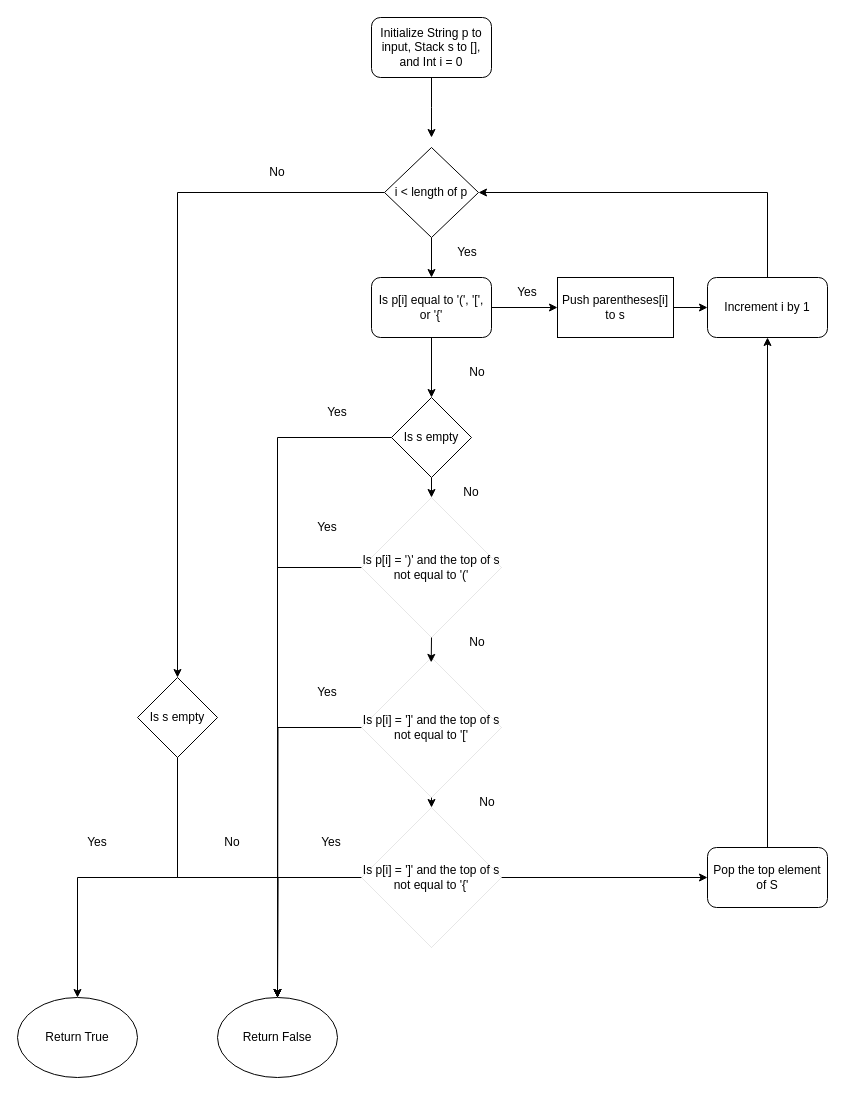
Earlier version of the draw.io diagram ValidParentheses.drawio (kenglordpanda/CS797_FlowCharts). Source tidied: cells renumbered, new cells numbered last; positions are measured from the earlier drawing's top-left corner, leaving out a move shared by most shapes. Both pictures are drawn from the tidied source at 100%, with x=0, y=0 at pixel (17, 17).
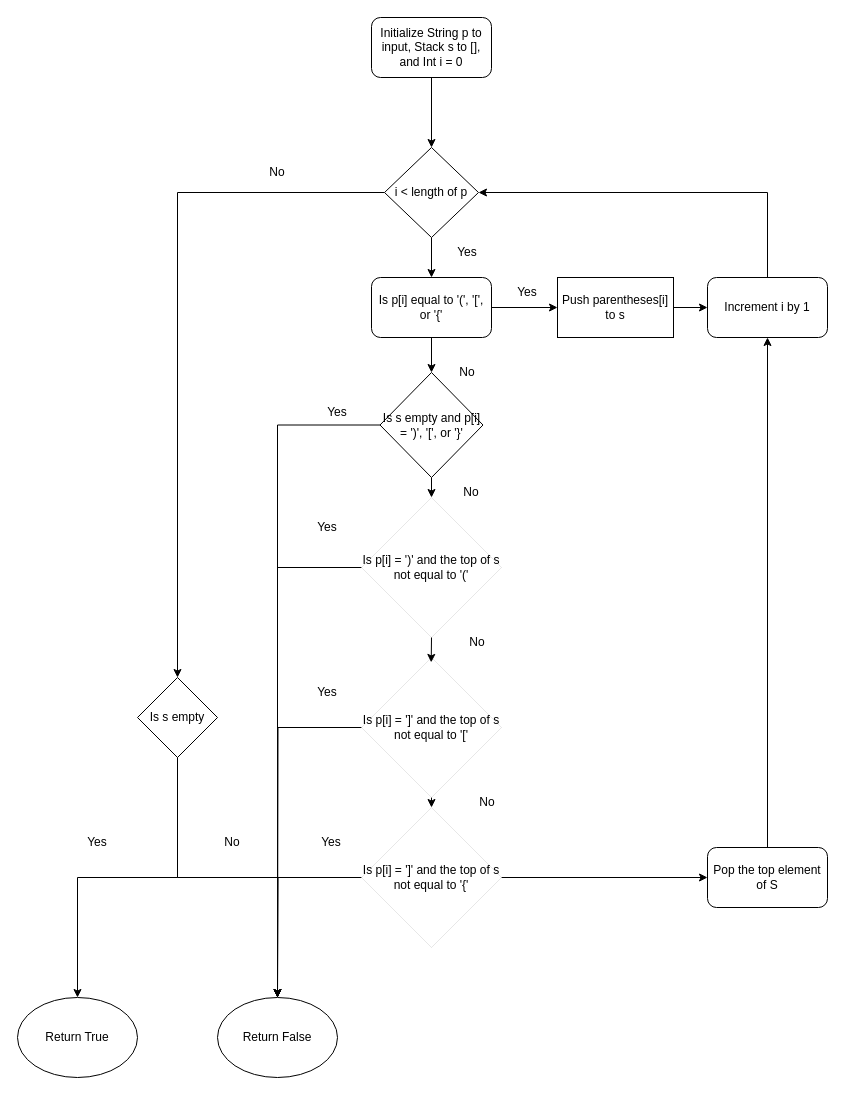
Above is the later version.

Unchanged cells that the change refers to:
```xml
<mxCell id="3" value="Initialize String p to input, Stack s to [], and Int i = 0" style="rounded=1;whiteSpace=wrap;html=1;" parent="1" vertex="1">
  <mxGeometry x="354" width="120" height="60" as="geometry" />
</mxCell>
<mxCell id="6" value="i &amp;lt; length of p" style="rhombus;whiteSpace=wrap;html=1;" parent="1" vertex="1">
  <mxGeometry x="367" y="130" width="94" height="90" as="geometry" />
</mxCell>
```

Diff of the diagram source:
```diff
@@
-    <mxCell id="2" style="edgeStyle=orthogonalEdgeStyle;rounded=0;jettySize=auto;html=1;exitX=0.5;exitY=1;exitDx=0;exitDy=0;entryX=0.5;entryY=0;entryDx=0;entryDy=0;" parent="1" edge="1" source="3">
-      <mxGeometry relative="1" as="geometry">
-        <mxPoint x="414" y="120" as="targetPoint" />
-      </mxGeometry>
+    <mxCell id="2" style="edgeStyle=orthogonalEdgeStyle;rounded=0;jettySize=auto;html=1;exitX=0.5;exitY=1;exitDx=0;exitDy=0;entryX=0.5;entryY=0;entryDx=0;entryDy=0;" parent="1" edge="1" source="3" target="6">
+      <mxGeometry relative="1" as="geometry" />
     </mxCell>
@@
     <mxCell id="20" value="No" style="text;html=1;align=center;verticalAlign=middle;whiteSpace=wrap;rounded=0;" parent="1" vertex="1">
-      <mxGeometry x="430" y="340" width="60" height="30" as="geometry" />
+      <mxGeometry x="420" y="340" width="60" height="30" as="geometry" />
     </mxCell>
@@
-    <mxCell id="27" value="Is s empty" style="rhombus;whiteSpace=wrap;html=1;" parent="1" vertex="1">
-      <mxGeometry x="374" y="380" width="80" height="80" as="geometry" />
+    <mxCell id="27" value="Is s empty and p[i] = ')', '[', or '}'" style="rhombus;whiteSpace=wrap;html=1;" parent="1" vertex="1">
+      <mxGeometry x="362.5" y="355" width="103" height="105" as="geometry" />
     </mxCell>
```
